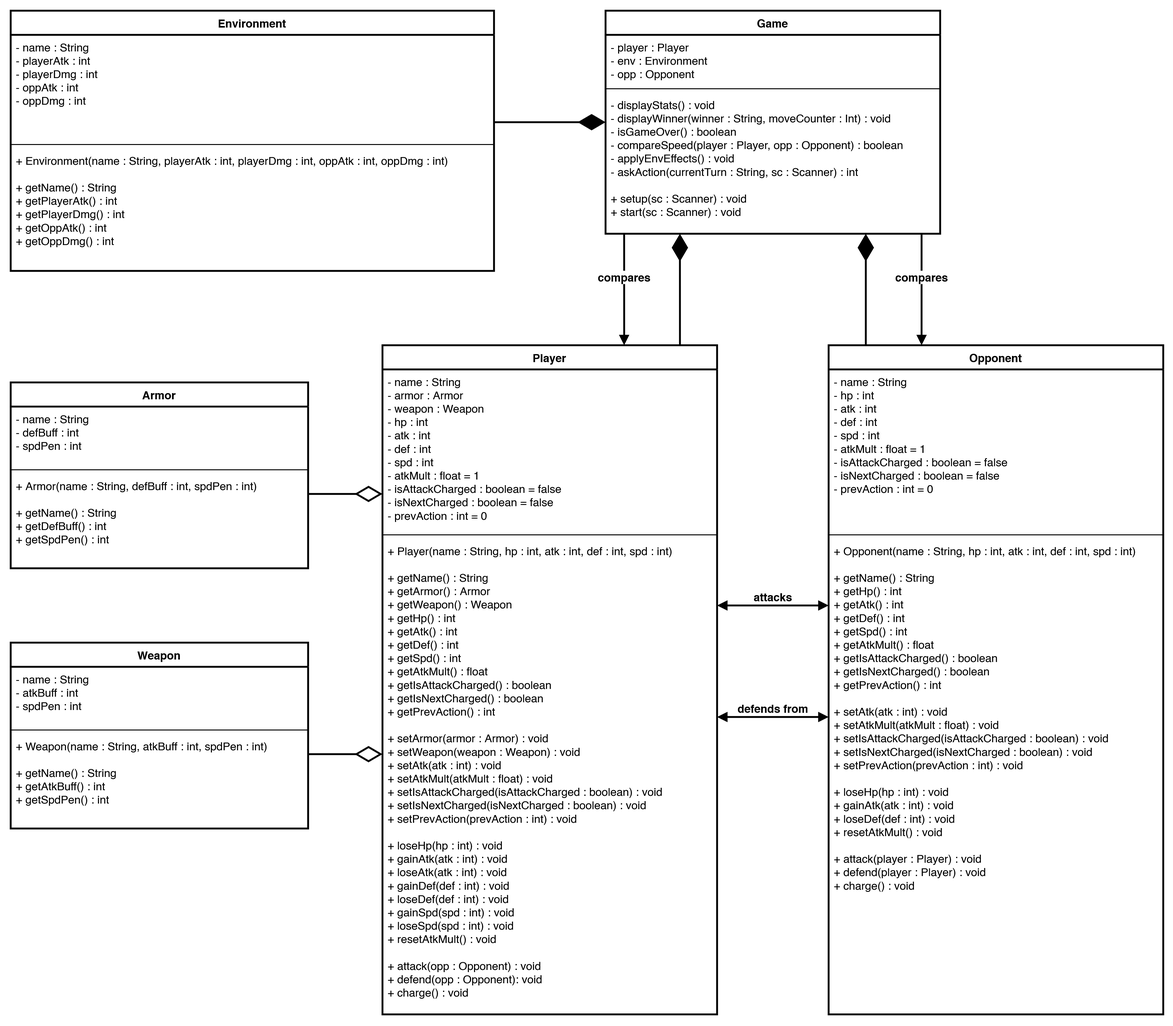
The draw.io diagram DonguinesWarrior.png in jncdngs/CCPROG3_MCO, before a commit. Source tidied: cells renumbered, new cells last; positions are measured from the earlier drawing's top-left corner, leaving out a move shared by most shapes.
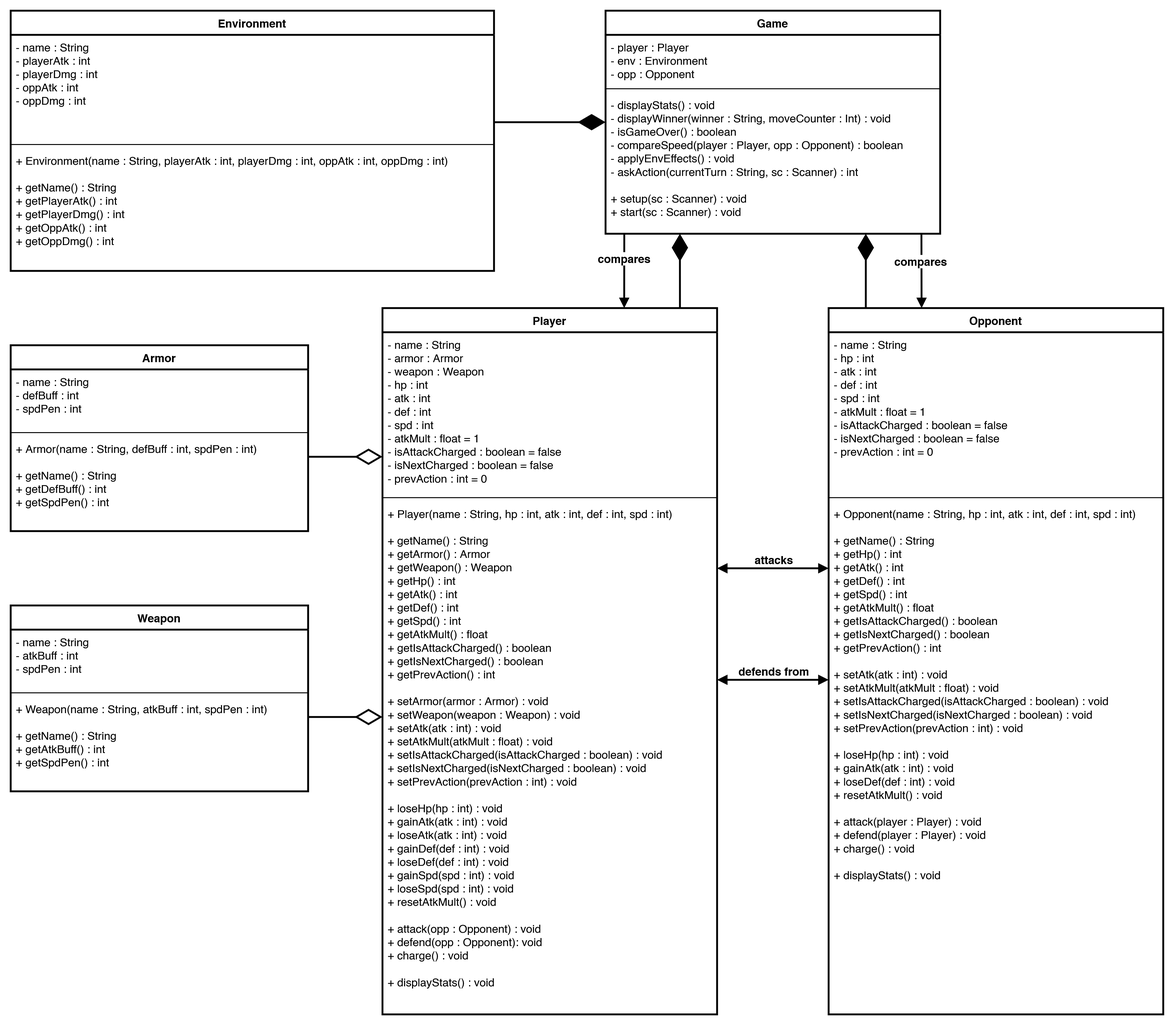
After the change.

Commit message:
add displayStats() to Player and Opponent classes in UML diagram

Change to the diagram source:
```diff
@@ -3,7 +3,7 @@
     <mxCell id="0" />
     <mxCell id="1" parent="0" />
     <mxCell id="2" value="Player" style="swimlane;fontStyle=1;align=center;verticalAlign=top;horizontal=1;startSize=26;whiteSpace=wrap;html=1;strokeWidth=2;" parent="1" vertex="1">
-      <mxGeometry x="400" y="360" width="360" height="720" as="geometry" />
+      <mxGeometry x="400" y="360" width="360" height="760" as="geometry" />
     </mxCell>
     <mxCell id="3" value="&lt;div&gt;- name : String&lt;/div&gt;&lt;div&gt;- armor : Armor&lt;/div&gt;&lt;div&gt;- weapon : Weapon&lt;/div&gt;&lt;div&gt;- hp : int&lt;/div&gt;&lt;div&gt;- atk : int&lt;/div&gt;&lt;div&gt;- def : int&lt;/div&gt;&lt;div&gt;- spd : int&lt;/div&gt;&lt;div&gt;- atkMult : float = 1&lt;/div&gt;&lt;div&gt;- isAttackCharged : boolean = false&lt;/div&gt;&lt;div&gt;- isNextCharged : boolean = false&lt;/div&gt;&lt;div&gt;- prevAction : int = 0&lt;/div&gt;" style="text;strokeColor=none;fillColor=none;align=left;verticalAlign=top;spacingLeft=4;spacingRight=4;overflow=hidden;whiteSpace=wrap;html=1;" parent="2" vertex="1">
       <mxGeometry y="26" width="360" height="174" as="geometry" />
@@ -11,8 +11,8 @@
     <mxCell id="4" style="line;strokeWidth=1;fillColor=none;align=left;verticalAlign=middle;spacingTop=-1;spacingLeft=3;spacingRight=3;labelPosition=right;strokeColor=inherit;" parent="2" vertex="1">
       <mxGeometry y="200" width="360" height="8" as="geometry" />
     </mxCell>
-    <mxCell id="5" value="&lt;div&gt;+ Player(name : String, hp :&amp;nbsp;int, atk : int, def : int,&amp;nbsp;spd : int)&lt;/div&gt;&lt;div&gt;&lt;br&gt;&lt;/div&gt;&lt;div&gt;+ getName() : String&lt;/div&gt;&lt;div&gt;+ getArmor() : Armor&lt;/div&gt;&lt;div&gt;+ getWeapon() : Weapon&lt;/div&gt;&lt;div&gt;+ getHp() : int&lt;/div&gt;&lt;div&gt;+ getAtk() : int&lt;/div&gt;&lt;div&gt;+ getDef() : int&lt;/div&gt;&lt;div&gt;+ getSpd() : int&lt;/div&gt;&lt;div&gt;+ getAtkMult() : float&lt;/div&gt;&lt;div&gt;+ getIsAttackCharged() : boolean&lt;/div&gt;&lt;div&gt;+ getIsNextCharged() : boolean&lt;/div&gt;&lt;div&gt;+ getPrevAction() : int&lt;/div&gt;&lt;div&gt;&lt;br&gt;&lt;/div&gt;&lt;div&gt;&lt;div&gt;+ setArmor(armor : Armor) : void&lt;/div&gt;&lt;div&gt;+ setWeapon(weapon : Weapon) : void&lt;div&gt;&lt;div&gt;&lt;div&gt;&lt;div&gt;+ setAtk(atk : int) : void&lt;/div&gt;&lt;div&gt;+ setAtkMult(atkMult : float) : void&lt;/div&gt;&lt;div&gt;+ setIsAttackCharged(isAttackCharged : boolean) : void&lt;/div&gt;&lt;div&gt;+ setIsNextCharged(isNextCharged : boolean) : void&lt;/div&gt;&lt;div&gt;&lt;div&gt;+ setPrevAction(prevAction : int) : void&lt;/div&gt;&lt;br&gt;&lt;/div&gt;&lt;div&gt;&lt;div&gt;+ loseHp(hp : int) : void&lt;/div&gt;&lt;div&gt;+ gainAtk(atk : int) : void&lt;/div&gt;&lt;div&gt;+ loseAtk(atk : int) : void&lt;/div&gt;&lt;div&gt;+ gainDef(def : int) : void&lt;/div&gt;&lt;div&gt;&lt;div&gt;+ loseDef(def : int) : void&lt;/div&gt;&lt;div&gt;+ gainSpd(spd : int) : void&lt;/div&gt;&lt;div&gt;+ loseSpd(spd : int) : void&lt;/div&gt;&lt;div&gt;+ resetAtkMult() : void&lt;/div&gt;&lt;/div&gt;&lt;/div&gt;&lt;/div&gt;&lt;/div&gt;&lt;/div&gt;&lt;/div&gt;&lt;br&gt;&lt;/div&gt;&lt;div&gt;+ attack(opp : Opponent) : void&lt;/div&gt;&lt;div&gt;+ defend(opp : Opponent): void&lt;/div&gt;&lt;div&gt;+ charge() : void&lt;/div&gt;" style="text;strokeColor=none;fillColor=none;align=left;verticalAlign=top;spacingLeft=4;spacingRight=4;overflow=hidden;whiteSpace=wrap;html=1;" parent="2" vertex="1">
-      <mxGeometry y="208" width="360" height="512" as="geometry" />
+    <mxCell id="5" value="&lt;div&gt;+ Player(name : String, hp :&amp;nbsp;int, atk : int, def : int,&amp;nbsp;spd : int)&lt;/div&gt;&lt;div&gt;&lt;br&gt;&lt;/div&gt;&lt;div&gt;+ getName() : String&lt;/div&gt;&lt;div&gt;+ getArmor() : Armor&lt;/div&gt;&lt;div&gt;+ getWeapon() : Weapon&lt;/div&gt;&lt;div&gt;+ getHp() : int&lt;/div&gt;&lt;div&gt;+ getAtk() : int&lt;/div&gt;&lt;div&gt;+ getDef() : int&lt;/div&gt;&lt;div&gt;+ getSpd() : int&lt;/div&gt;&lt;div&gt;+ getAtkMult() : float&lt;/div&gt;&lt;div&gt;+ getIsAttackCharged() : boolean&lt;/div&gt;&lt;div&gt;+ getIsNextCharged() : boolean&lt;/div&gt;&lt;div&gt;+ getPrevAction() : int&lt;/div&gt;&lt;div&gt;&lt;br&gt;&lt;/div&gt;&lt;div&gt;&lt;div&gt;+ setArmor(armor : Armor) : void&lt;/div&gt;&lt;div&gt;+ setWeapon(weapon : Weapon) : void&lt;div&gt;&lt;div&gt;&lt;div&gt;&lt;div&gt;+ setAtk(atk : int) : void&lt;/div&gt;&lt;div&gt;+ setAtkMult(atkMult : float) : void&lt;/div&gt;&lt;div&gt;+ setIsAttackCharged(isAttackCharged : boolean) : void&lt;/div&gt;&lt;div&gt;+ setIsNextCharged(isNextCharged : boolean) : void&lt;/div&gt;&lt;div&gt;&lt;div&gt;+ setPrevAction(prevAction : int) : void&lt;/div&gt;&lt;br&gt;&lt;/div&gt;&lt;div&gt;&lt;div&gt;+ loseHp(hp : int) : void&lt;/div&gt;&lt;div&gt;+ gainAtk(atk : int) : void&lt;/div&gt;&lt;div&gt;+ loseAtk(atk : int) : void&lt;/div&gt;&lt;div&gt;+ gainDef(def : int) : void&lt;/div&gt;&lt;div&gt;&lt;div&gt;+ loseDef(def : int) : void&lt;/div&gt;&lt;div&gt;+ gainSpd(spd : int) : void&lt;/div&gt;&lt;div&gt;+ loseSpd(spd : int) : void&lt;/div&gt;&lt;div&gt;+ resetAtkMult() : void&lt;/div&gt;&lt;/div&gt;&lt;/div&gt;&lt;/div&gt;&lt;/div&gt;&lt;/div&gt;&lt;/div&gt;&lt;br&gt;&lt;/div&gt;&lt;div&gt;+ attack(opp : Opponent) : void&lt;/div&gt;&lt;div&gt;+ defend(opp : Opponent): void&lt;/div&gt;&lt;div&gt;+ charge() : void&lt;/div&gt;&lt;div&gt;&lt;br&gt;&lt;/div&gt;&lt;div&gt;+ displayStats() : void&lt;/div&gt;" style="text;strokeColor=none;fillColor=none;align=left;verticalAlign=top;spacingLeft=4;spacingRight=4;overflow=hidden;whiteSpace=wrap;html=1;" parent="2" vertex="1">
+      <mxGeometry y="208" width="360" height="552" as="geometry" />
     </mxCell>
     <mxCell id="6" value="Armor" style="swimlane;fontStyle=1;align=center;verticalAlign=top;horizontal=1;startSize=26;whiteSpace=wrap;html=1;strokeWidth=2;" parent="1" vertex="1">
       <mxGeometry y="400" width="320" height="200" as="geometry" />
@@ -39,7 +39,7 @@
       <mxGeometry y="98" width="320" height="102" as="geometry" />
     </mxCell>
     <mxCell id="14" value="Opponent" style="swimlane;fontStyle=1;align=center;verticalAlign=top;horizontal=1;startSize=26;whiteSpace=wrap;html=1;strokeWidth=2;" parent="1" vertex="1">
-      <mxGeometry x="880" y="360" width="360" height="720" as="geometry" />
+      <mxGeometry x="880" y="360" width="360" height="760" as="geometry" />
     </mxCell>
     <mxCell id="15" value="&lt;div&gt;- name : String&lt;/div&gt;&lt;div&gt;- hp : int&lt;/div&gt;&lt;div&gt;- atk : int&lt;/div&gt;&lt;div&gt;- def : int&lt;/div&gt;&lt;div&gt;- spd : int&lt;/div&gt;&lt;div&gt;&lt;div&gt;- atkMult : float = 1&lt;/div&gt;&lt;div&gt;- isAttackCharged : boolean = false&lt;/div&gt;&lt;div&gt;- isNextCharged : boolean = false&lt;/div&gt;&lt;div&gt;- prevAction : int = 0&lt;/div&gt;&lt;br&gt;&lt;/div&gt;" style="text;strokeColor=none;fillColor=none;align=left;verticalAlign=top;spacingLeft=4;spacingRight=4;overflow=hidden;whiteSpace=wrap;html=1;" parent="14" vertex="1">
       <mxGeometry y="26" width="360" height="174" as="geometry" />
@@ -47,11 +47,11 @@
     <mxCell id="16" style="line;strokeWidth=1;fillColor=none;align=left;verticalAlign=middle;spacingTop=-1;spacingLeft=3;spacingRight=3;labelPosition=right;strokeColor=inherit;" parent="14" vertex="1">
       <mxGeometry y="200" width="360" height="8" as="geometry" />
     </mxCell>
-    <mxCell id="17" value="&lt;div&gt;+ Opponent(name : String, hp : int, atk : int, def : int,&amp;nbsp;spd : int)&lt;/div&gt;&lt;div&gt;&lt;br&gt;&lt;/div&gt;&lt;div&gt;+ getName() : String&lt;/div&gt;&lt;div&gt;&lt;div&gt;+ getHp() : int&lt;/div&gt;&lt;div&gt;+ getAtk() : int&lt;/div&gt;&lt;div&gt;+ getDef() : int&lt;/div&gt;&lt;div&gt;+ getSpd() : int&lt;/div&gt;&lt;div&gt;&lt;div&gt;+ getAtkMult() : float&lt;/div&gt;&lt;div&gt;+ getIsAttackCharged() : boolean&lt;/div&gt;&lt;div&gt;+ getIsNextCharged() : boolean&lt;/div&gt;&lt;div&gt;+ getPrevAction() : int&lt;/div&gt;&lt;br&gt;&lt;/div&gt;&lt;div&gt;&lt;div&gt;&lt;div&gt;&lt;div&gt;&lt;div&gt;&lt;div&gt;+ setAtk(atk : int) : void&lt;/div&gt;&lt;div&gt;+ setAtkMult(atkMult : float) : void&lt;/div&gt;&lt;div&gt;+ setIsAttackCharged(isAttackCharged : boolean) : void&lt;/div&gt;&lt;div&gt;+ setIsNextCharged(isNextCharged : boolean) : void&lt;/div&gt;&lt;div&gt;&lt;div&gt;+ setPrevAction(prevAction : int) : void&lt;/div&gt;&lt;/div&gt;&lt;/div&gt;&lt;/div&gt;&lt;/div&gt;&lt;/div&gt;&lt;/div&gt;&lt;div&gt;&lt;br&gt;&lt;/div&gt;&lt;div&gt;&lt;div&gt;&lt;div&gt;&lt;div&gt;+ loseHp(hp : int) : void&lt;/div&gt;&lt;div&gt;+ gainAtk(atk : int) : void&lt;/div&gt;&lt;div&gt;&lt;div&gt;+ loseDef(def : int) : void&lt;/div&gt;&lt;div&gt;+ resetAtkMult() : void&lt;/div&gt;&lt;/div&gt;&lt;/div&gt;&lt;/div&gt;&lt;/div&gt;&lt;div&gt;&lt;br&gt;&lt;/div&gt;&lt;/div&gt;&lt;div&gt;&lt;div&gt;+ attack(player : Player) : void&lt;/div&gt;&lt;div&gt;+ defend(player : Player) : void&lt;/div&gt;&lt;div&gt;+ charge() : void&lt;/div&gt;&lt;/div&gt;" style="text;strokeColor=none;fillColor=none;align=left;verticalAlign=top;spacingLeft=4;spacingRight=4;overflow=hidden;whiteSpace=wrap;html=1;" parent="14" vertex="1">
-      <mxGeometry y="208" width="360" height="512" as="geometry" />
+    <mxCell id="17" value="&lt;div&gt;+ Opponent(name : String, hp : int, atk : int, def : int,&amp;nbsp;spd : int)&lt;/div&gt;&lt;div&gt;&lt;br&gt;&lt;/div&gt;&lt;div&gt;+ getName() : String&lt;/div&gt;&lt;div&gt;&lt;div&gt;+ getHp() : int&lt;/div&gt;&lt;div&gt;+ getAtk() : int&lt;/div&gt;&lt;div&gt;+ getDef() : int&lt;/div&gt;&lt;div&gt;+ getSpd() : int&lt;/div&gt;&lt;div&gt;&lt;div&gt;+ getAtkMult() : float&lt;/div&gt;&lt;div&gt;+ getIsAttackCharged() : boolean&lt;/div&gt;&lt;div&gt;+ getIsNextCharged() : boolean&lt;/div&gt;&lt;div&gt;+ getPrevAction() : int&lt;/div&gt;&lt;br&gt;&lt;/div&gt;&lt;div&gt;&lt;div&gt;&lt;div&gt;&lt;div&gt;&lt;div&gt;&lt;div&gt;+ setAtk(atk : int) : void&lt;/div&gt;&lt;div&gt;+ setAtkMult(atkMult : float) : void&lt;/div&gt;&lt;div&gt;+ setIsAttackCharged(isAttackCharged : boolean) : void&lt;/div&gt;&lt;div&gt;+ setIsNextCharged(isNextCharged : boolean) : void&lt;/div&gt;&lt;div&gt;&lt;div&gt;+ setPrevAction(prevAction : int) : void&lt;/div&gt;&lt;/div&gt;&lt;/div&gt;&lt;/div&gt;&lt;/div&gt;&lt;/div&gt;&lt;/div&gt;&lt;div&gt;&lt;br&gt;&lt;/div&gt;&lt;div&gt;&lt;div&gt;&lt;div&gt;&lt;div&gt;+ loseHp(hp : int) : void&lt;/div&gt;&lt;div&gt;+ gainAtk(atk : int) : void&lt;/div&gt;&lt;div&gt;&lt;div&gt;+ loseDef(def : int) : void&lt;/div&gt;&lt;div&gt;+ resetAtkMult() : void&lt;/div&gt;&lt;/div&gt;&lt;/div&gt;&lt;/div&gt;&lt;/div&gt;&lt;div&gt;&lt;br&gt;&lt;/div&gt;&lt;/div&gt;&lt;div&gt;&lt;div&gt;+ attack(player : Player) : void&lt;/div&gt;&lt;div&gt;+ defend(player : Player) : void&lt;/div&gt;&lt;div&gt;+ charge() : void&lt;/div&gt;&lt;/div&gt;&lt;div&gt;&lt;br&gt;&lt;/div&gt;&lt;div&gt;+ displayStats() : void&lt;/div&gt;" style="text;strokeColor=none;fillColor=none;align=left;verticalAlign=top;spacingLeft=4;spacingRight=4;overflow=hidden;whiteSpace=wrap;html=1;" parent="14" vertex="1">
+      <mxGeometry y="208" width="360" height="552" as="geometry" />
     </mxCell>
     <mxCell id="18" value="Environment" style="swimlane;fontStyle=1;align=center;verticalAlign=top;horizontal=1;startSize=26;whiteSpace=wrap;html=1;strokeWidth=2;" parent="1" vertex="1">
-      <mxGeometry width="520" height="280" as="geometry" />
+      <mxGeometry y="40" width="520" height="280" as="geometry" />
     </mxCell>
     <mxCell id="19" value="&lt;div&gt;- name : String&lt;/div&gt;&lt;div&gt;- playerAtk : int&lt;/div&gt;&lt;div&gt;- playerDmg : int&lt;/div&gt;&lt;div&gt;&lt;div&gt;- oppAtk : int&lt;/div&gt;&lt;div&gt;- oppDmg : int&lt;/div&gt;&lt;br&gt;&lt;/div&gt;" style="text;strokeColor=none;fillColor=none;align=left;verticalAlign=top;spacingLeft=4;spacingRight=4;overflow=hidden;whiteSpace=wrap;html=1;" parent="18" vertex="1">
       <mxGeometry y="26" width="520" height="114" as="geometry" />
@@ -63,7 +63,7 @@
       <mxGeometry y="148" width="520" height="132" as="geometry" />
     </mxCell>
     <mxCell id="22" value="&lt;div&gt;Game&lt;/div&gt;" style="swimlane;fontStyle=1;align=center;verticalAlign=top;horizontal=1;startSize=26;whiteSpace=wrap;html=1;strokeWidth=2;" parent="1" vertex="1">
-      <mxGeometry x="640" width="360" height="240" as="geometry" />
+      <mxGeometry x="640" y="40" width="360" height="240" as="geometry" />
     </mxCell>
     <mxCell id="23" value="&lt;div&gt;- player : Player&lt;/div&gt;&lt;div&gt;&lt;div&gt;- env : Environment&lt;/div&gt;- opp : Opponent&lt;/div&gt;" style="text;strokeColor=none;fillColor=none;align=left;verticalAlign=top;spacingLeft=4;spacingRight=4;overflow=hidden;whiteSpace=wrap;html=1;" parent="22" vertex="1">
       <mxGeometry y="26" width="360" height="54" as="geometry" />
@@ -94,13 +94,13 @@
     </mxCell>
     <mxCell id="29" style="endArrow=diamondThin;endFill=1;endSize=24;html=1;rounded=0;exitX=0.889;exitY=0;exitDx=0;exitDy=0;exitPerimeter=0;strokeWidth=2;" parent="1" edge="1" source="2">
       <mxGeometry relative="1" as="geometry">
-        <mxPoint x="720" y="240" as="targetPoint" />
+        <mxPoint x="720" y="280" as="targetPoint" />
       </mxGeometry>
     </mxCell>
     <mxCell id="30" style="endArrow=diamondThin;endFill=1;endSize=24;html=1;rounded=0;exitX=0.889;exitY=0;exitDx=0;exitDy=0;exitPerimeter=0;strokeWidth=2;" parent="1" edge="1">
       <mxGeometry relative="1" as="geometry">
         <mxPoint x="920" y="360" as="sourcePoint" />
-        <mxPoint x="920" y="240" as="targetPoint" />
+        <mxPoint x="920" y="280" as="targetPoint" />
       </mxGeometry>
     </mxCell>
     <mxCell id="31" style="endArrow=block;startArrow=block;endFill=1;startFill=1;html=1;rounded=0;strokeWidth=2;" parent="1" edge="1">
@@ -125,9 +125,8 @@
         <mxPoint x="1" y="-12" as="offset" />
       </mxGeometry>
     </mxCell>
-    <mxCell id="35" style="endArrow=block;startArrow=none;endFill=1;startFill=0;html=1;rounded=0;strokeWidth=2;exitX=0.111;exitY=1;exitDx=0;exitDy=0;exitPerimeter=0;" parent="1" edge="1">
+    <mxCell id="35" style="endArrow=block;startArrow=none;endFill=1;startFill=0;html=1;rounded=0;strokeWidth=2;exitX=0.056;exitY=1;exitDx=0;exitDy=0;exitPerimeter=0;" parent="1" edge="1" source="26">
       <mxGeometry relative="1" as="geometry">
-        <mxPoint x="660" y="240" as="sourcePoint" />
         <mxPoint x="660" y="360" as="targetPoint" />
       </mxGeometry>
     </mxCell>
@@ -136,15 +135,14 @@
         <mxPoint x="1" y="-12" as="offset" />
       </mxGeometry>
     </mxCell>
-    <mxCell id="37" style="endArrow=block;startArrow=none;endFill=1;startFill=0;html=1;rounded=0;strokeWidth=2;exitX=0.111;exitY=1;exitDx=0;exitDy=0;exitPerimeter=0;" parent="1" edge="1">
+    <mxCell id="37" style="endArrow=block;startArrow=none;endFill=1;startFill=0;html=1;rounded=0;strokeWidth=2;exitX=0.944;exitY=1;exitDx=0;exitDy=0;exitPerimeter=0;" parent="1" edge="1" source="26">
       <mxGeometry relative="1" as="geometry">
-        <mxPoint x="980" y="240" as="sourcePoint" />
         <mxPoint x="980" y="360" as="targetPoint" />
       </mxGeometry>
     </mxCell>
     <mxCell id="38" value="compares" style="edgeLabel;html=1;align=center;verticalAlign=middle;fontStyle=1;fontSize=12;" parent="37" vertex="1">
       <mxGeometry x="-0.01" y="-2" relative="1" as="geometry">
-        <mxPoint x="1" y="-12" as="offset" />
+        <mxPoint x="1" y="-10" as="offset" />
       </mxGeometry>
     </mxCell>
   </root>
```
